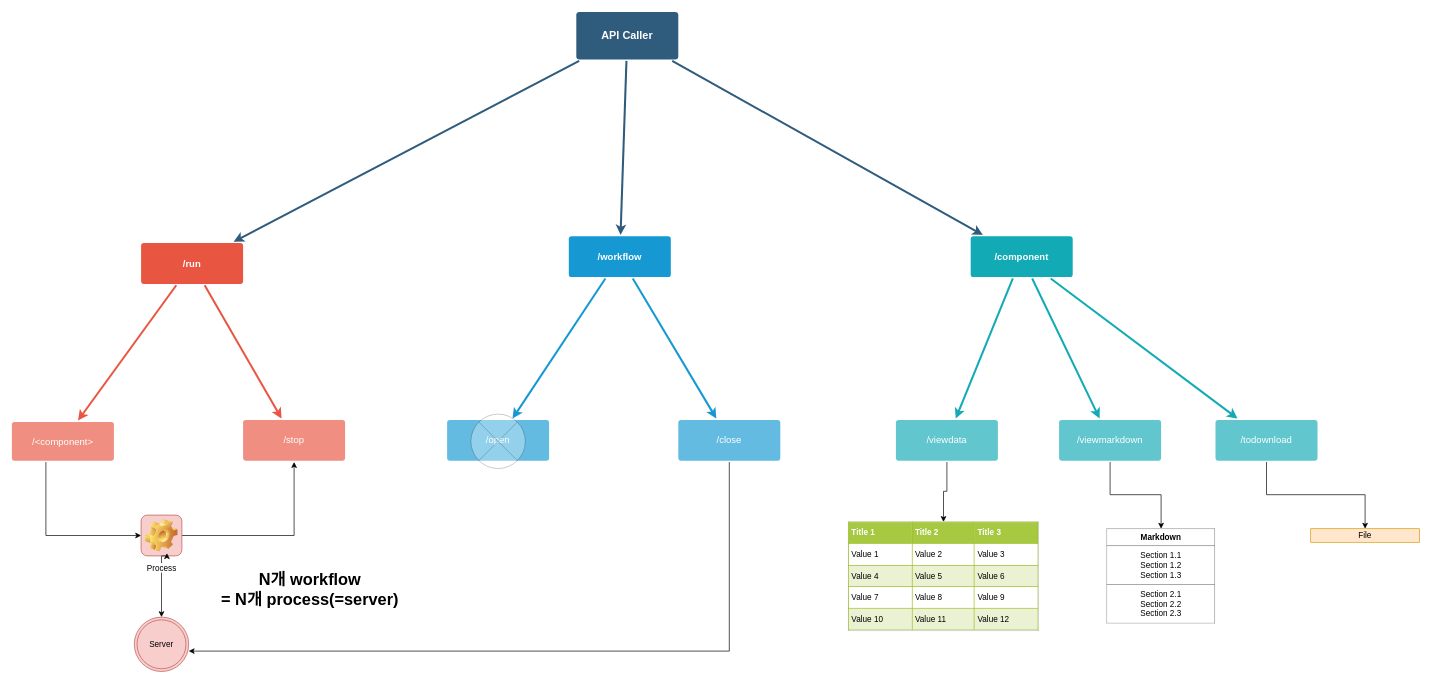
Before: API route.drawio in ghk829/tutorial_mnist, a draw.io diagram. Source tidied: cells renumbered, new cells numbered last; positions are measured from the earlier drawing's top-left corner, leaving out a move shared by most shapes. Both pictures are drawn from the tidied source at 68%, with x=0, y=0 at pixel (12, 12).
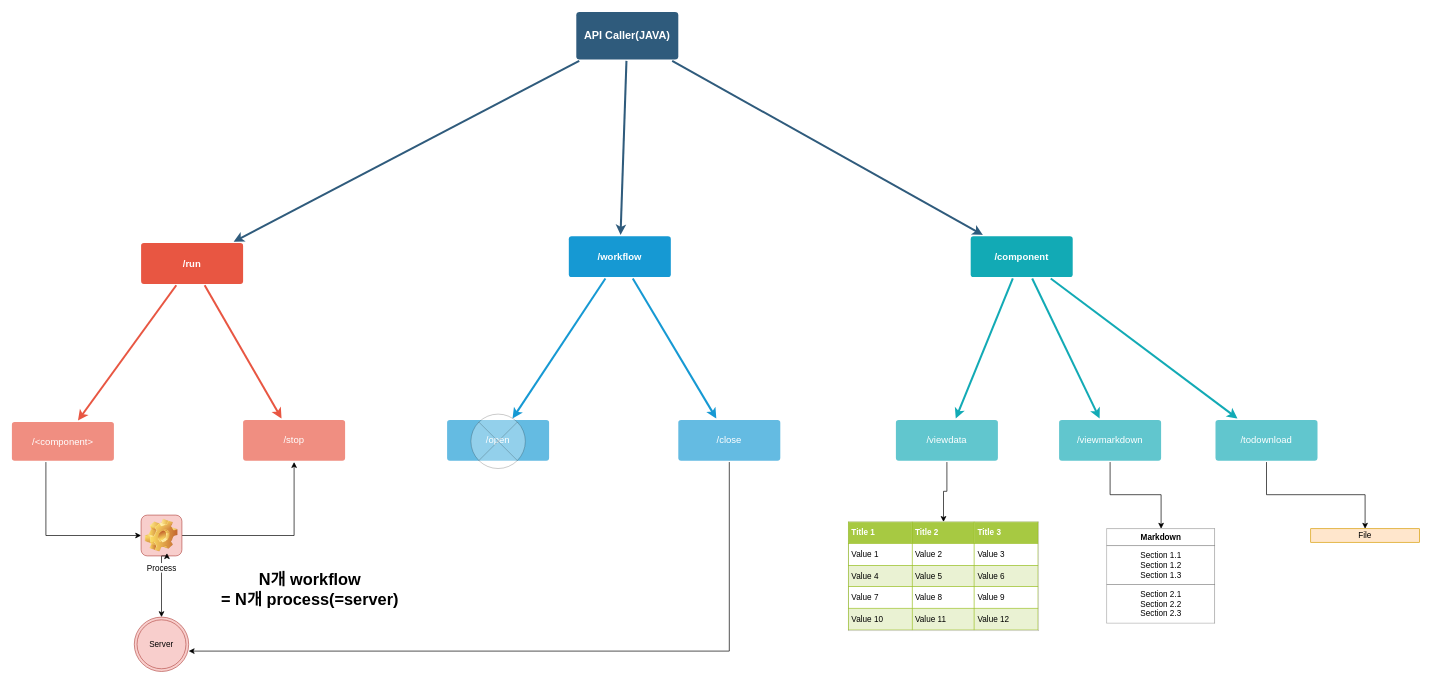
The same diagram, later.

Change to the diagram source:
```diff
@@
-    <mxCell id="5" value="API Caller" style="rounded=1;whiteSpace=wrap;html=1;shadow=0;labelBackgroundColor=none;strokeColor=none;strokeWidth=3;fillColor=#2F5B7C;fontFamily=Helvetica;fontSize=16;fontColor=#FFFFFF;align=center;fontStyle=1;spacing=5;arcSize=7;perimeterSpacing=2;" parent="1" vertex="1">
+    <mxCell id="5" value="API Caller(JAVA)" style="rounded=1;whiteSpace=wrap;html=1;shadow=0;labelBackgroundColor=none;strokeColor=none;strokeWidth=3;fillColor=#2F5B7C;fontFamily=Helvetica;fontSize=16;fontColor=#FFFFFF;align=center;fontStyle=1;spacing=5;arcSize=7;perimeterSpacing=2;" parent="1" vertex="1">
       <mxGeometry x="830" width="150" height="70" as="geometry" />
     </mxCell>
```
